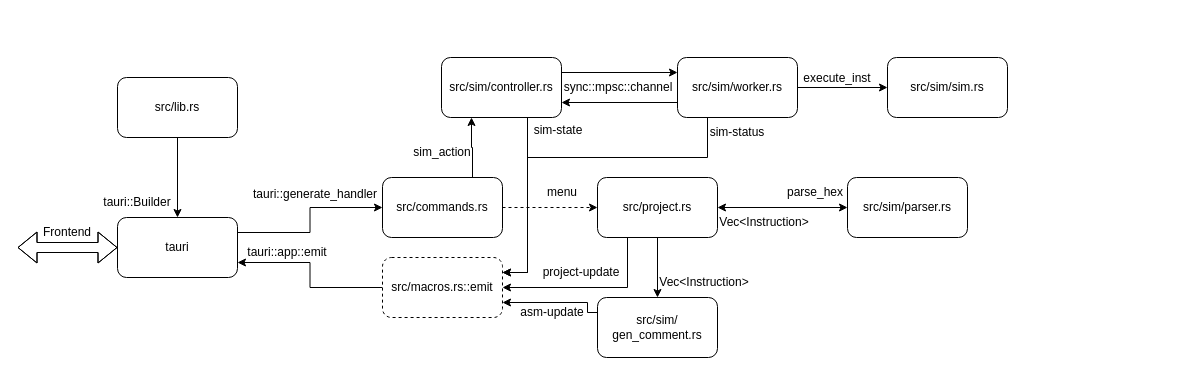
Before: doc/be.drawio in Lazox12/avr-simulator-rs, a draw.io diagram. Source tidied: cells renumbered, new cells numbered last; positions are measured from the earlier drawing's top-left corner, leaving out a move shared by most shapes. Both pictures are drawn from the tidied source at 100%, with x=0, y=0 at pixel (17, 57).
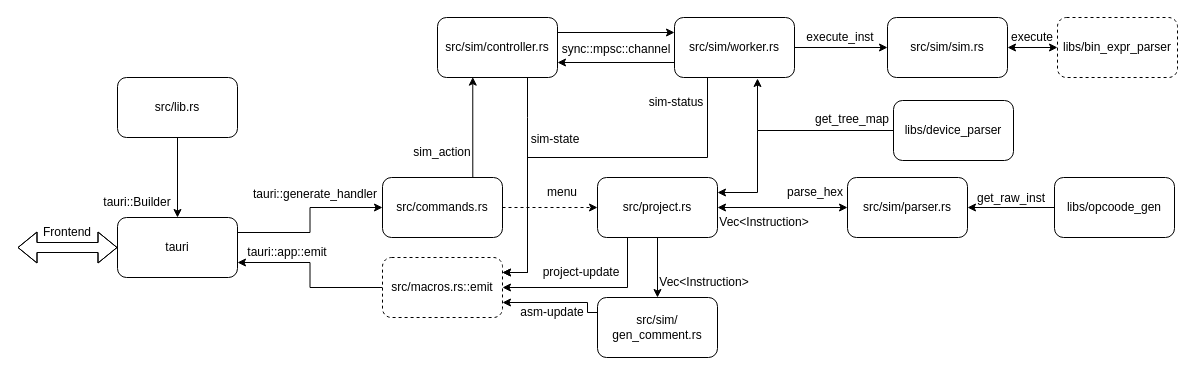
The same diagram, later.

Unchanged cells that the change refers to:
```xml
<mxCell id="12" value="src/commands.rs" style="rounded=1;whiteSpace=wrap;html=1;" parent="1" vertex="1">
  <mxGeometry x="365" y="120" width="120" height="60" as="geometry" />
</mxCell>
<mxCell id="19" value="src/project.rs" style="rounded=1;whiteSpace=wrap;html=1;" parent="1" vertex="1">
  <mxGeometry x="580" y="120" width="120" height="60" as="geometry" />
</mxCell>
<mxCell id="22" value="src/sim/parser.rs" style="rounded=1;whiteSpace=wrap;html=1;" parent="1" vertex="1">
  <mxGeometry x="830" y="120" width="120" height="60" as="geometry" />
</mxCell>
```

Change to the diagram source:
```diff
@@
-    <mxCell id="11" style="edgeStyle=orthogonalEdgeStyle;rounded=0;jettySize=auto;html=1;exitX=0.75;exitY=0;exitDx=0;exitDy=0;entryX=0.25;entryY=1;entryDx=0;entryDy=0;" parent="1" edge="1" source="12" target="31">
-      <mxGeometry relative="1" as="geometry" />
+    <mxCell id="11" style="edgeStyle=orthogonalEdgeStyle;rounded=0;jettySize=auto;html=1;exitX=0.75;exitY=0;exitDx=0;exitDy=0;entryX=0.294;entryY=0.994;entryDx=0;entryDy=0;entryPerimeter=0;" parent="1" edge="1" source="12" target="31">
+      <mxGeometry relative="1" as="geometry">
+        <Array as="points">
+          <mxPoint x="455" y="20" />
+        </Array>
+      </mxGeometry>
     </mxCell>
@@
     <mxCell id="31" value="src/sim/controller.rs" style="rounded=1;whiteSpace=wrap;html=1;" parent="1" vertex="1">
-      <mxGeometry x="424" width="120" height="60" as="geometry" />
+      <mxGeometry x="420" y="-40" width="120" height="60" as="geometry" />
     </mxCell>
@@
     <mxCell id="33" value="sim-state" style="text;html=1;whiteSpace=wrap;strokeColor=none;fillColor=none;align=center;verticalAlign=middle;rounded=0;" parent="1" vertex="1">
-      <mxGeometry x="511" y="58" width="60" height="30" as="geometry" />
+      <mxGeometry x="508" y="67" width="60" height="30" as="geometry" />
     </mxCell>
@@
     <mxCell id="37" value="src/sim/worker.rs" style="rounded=1;whiteSpace=wrap;html=1;" parent="1" vertex="1">
-      <mxGeometry x="660" width="120" height="60" as="geometry" />
+      <mxGeometry x="657" y="-40" width="120" height="60" as="geometry" />
     </mxCell>
     <mxCell id="38" value="sim-status" style="text;html=1;whiteSpace=wrap;strokeColor=none;fillColor=none;align=center;verticalAlign=middle;rounded=0;" parent="1" vertex="1">
-      <mxGeometry x="690" y="60" width="60" height="30" as="geometry" />
+      <mxGeometry x="629" y="30" width="60" height="30" as="geometry" />
     </mxCell>
     <mxCell id="39" value="sync::mpsc::channel" style="text;html=1;whiteSpace=wrap;strokeColor=none;fillColor=none;align=center;verticalAlign=middle;rounded=0;" parent="1" vertex="1">
-      <mxGeometry x="571" y="15" width="60" height="30" as="geometry" />
+      <mxGeometry x="569" y="-23" width="60" height="30" as="geometry" />
     </mxCell>
     <mxCell id="40" value="src/sim/sim.rs" style="rounded=1;whiteSpace=wrap;html=1;" parent="1" vertex="1">
-      <mxGeometry x="870" width="120" height="60" as="geometry" />
+      <mxGeometry x="870" y="-40" width="120" height="60" as="geometry" />
     </mxCell>
     <mxCell id="41" value="execute_inst" style="text;html=1;whiteSpace=wrap;strokeColor=none;fillColor=none;align=center;verticalAlign=middle;rounded=0;" parent="1" vertex="1">
-      <mxGeometry x="790" y="6" width="60" height="30" as="geometry" />
+      <mxGeometry x="793" y="-35" width="60" height="30" as="geometry" />
     </mxCell>
+    <mxCell id="42" value="libs/bin_expr_parser" style="rounded=1;whiteSpace=wrap;html=1;dashed=1;" parent="1" vertex="1">
+      <mxGeometry x="1040" y="-40" width="120" height="60" as="geometry" />
+    </mxCell>
+    <mxCell id="43" style="endArrow=classic;startArrow=classic;html=1;rounded=0;exitX=1;exitY=0.5;exitDx=0;exitDy=0;" parent="1" edge="1" source="40" target="42">
+      <mxGeometry relative="1" as="geometry" />
+    </mxCell>
+    <mxCell id="44" style="edgeStyle=orthogonalEdgeStyle;rounded=0;jettySize=auto;html=1;entryX=1;entryY=0.5;entryDx=0;entryDy=0;startArrow=none;startFill=0;endArrow=classic;endFill=1;" parent="1" edge="1" source="45" target="22">
+      <mxGeometry relative="1" as="geometry" />
+    </mxCell>
+    <mxCell id="45" value="libs/opcoode_gen" style="rounded=1;whiteSpace=wrap;html=1;" parent="1" vertex="1">
+      <mxGeometry x="1037" y="120" width="120" height="60" as="geometry" />
+    </mxCell>
+    <mxCell id="46" value="execute" style="text;html=1;whiteSpace=wrap;strokeColor=none;fillColor=none;align=center;verticalAlign=middle;rounded=0;" parent="1" vertex="1">
+      <mxGeometry x="985" y="-35" width="60" height="30" as="geometry" />
+    </mxCell>
+    <mxCell id="47" style="edgeStyle=orthogonalEdgeStyle;rounded=0;jettySize=auto;html=1;entryX=1;entryY=0.25;entryDx=0;entryDy=0;" parent="1" edge="1" source="48" target="19">
+      <mxGeometry relative="1" as="geometry">
+        <Array as="points">
+          <mxPoint x="740" y="73" />
+          <mxPoint x="740" y="135" />
+        </Array>
+      </mxGeometry>
+    </mxCell>
+    <mxCell id="48" value="libs/device_parser" style="rounded=1;whiteSpace=wrap;html=1;" parent="1" vertex="1">
+      <mxGeometry x="876" y="43" width="120" height="60" as="geometry" />
+    </mxCell>
+    <mxCell id="49" value="get_raw_inst" style="text;html=1;whiteSpace=wrap;strokeColor=none;fillColor=none;align=center;verticalAlign=middle;rounded=0;" parent="1" vertex="1">
+      <mxGeometry x="964" y="126" width="60" height="30" as="geometry" />
+    </mxCell>
+    <mxCell id="50" value="get_tree_map" style="text;html=1;whiteSpace=wrap;strokeColor=none;fillColor=none;align=center;verticalAlign=middle;rounded=0;" parent="1" vertex="1">
+      <mxGeometry x="805" y="47" width="60" height="30" as="geometry" />
+    </mxCell>
+    <mxCell id="51" style="edgeStyle=orthogonalEdgeStyle;rounded=0;jettySize=auto;html=1;exitX=0;exitY=0.5;exitDx=0;exitDy=0;" parent="1" edge="1" source="48">
+      <mxGeometry relative="1" as="geometry">
+        <mxPoint x="740" y="21" as="targetPoint" />
+        <Array as="points">
+          <mxPoint x="740" y="73" />
+          <mxPoint x="740" y="21" />
+        </Array>
+      </mxGeometry>
+    </mxCell>
```
